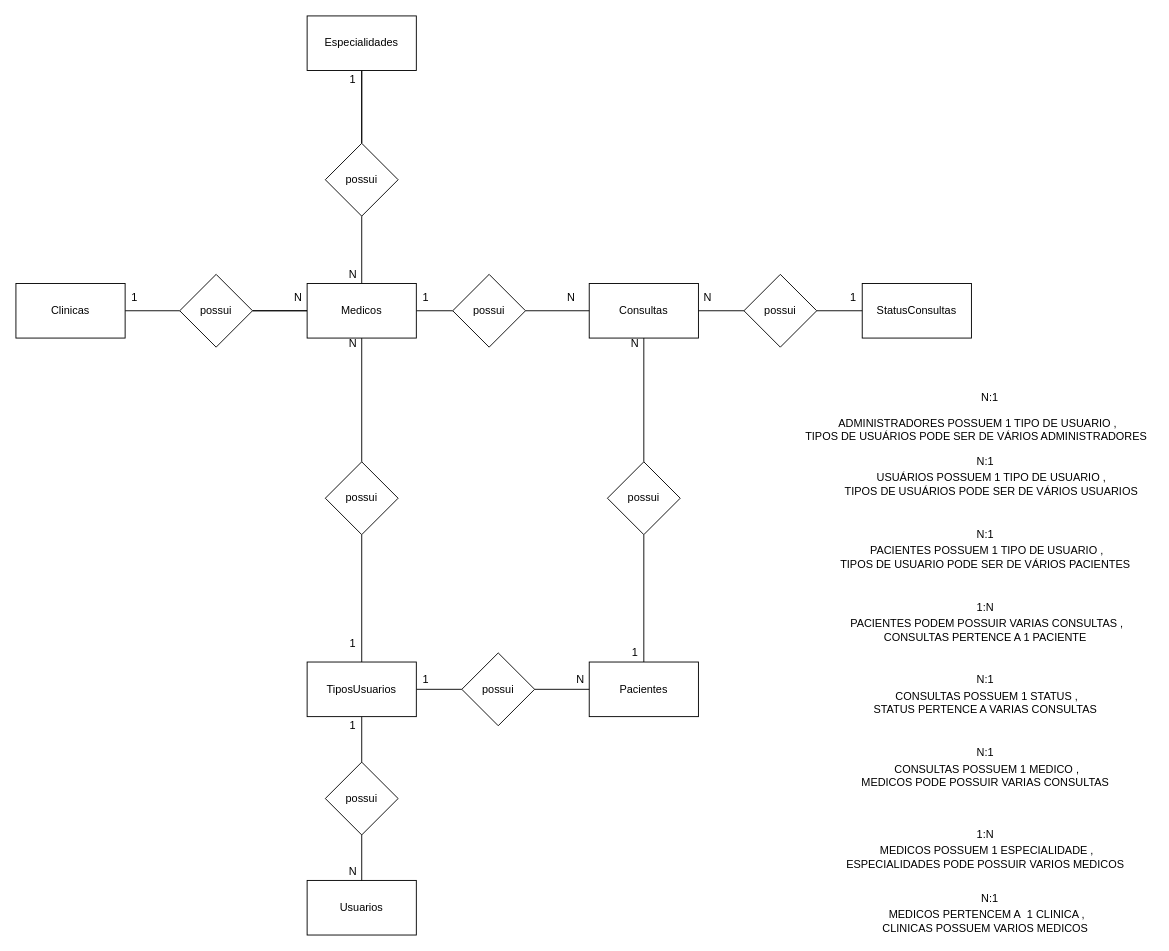
Earlier version of the draw.io diagram page "Conceitual" (1 of 2) of SP_Medical_Group/SP_Medical_Group_Modelos.drawio (Carlos-Augusto-Roque/Sprint1_bd). Source tidied: cells renumbered, new cells numbered last; positions are measured from the earlier drawing's top-left corner, leaving out a move shared by most shapes. Both pictures are drawn from the tidied source at 91%, with x=0, y=0 at pixel (15, 15).
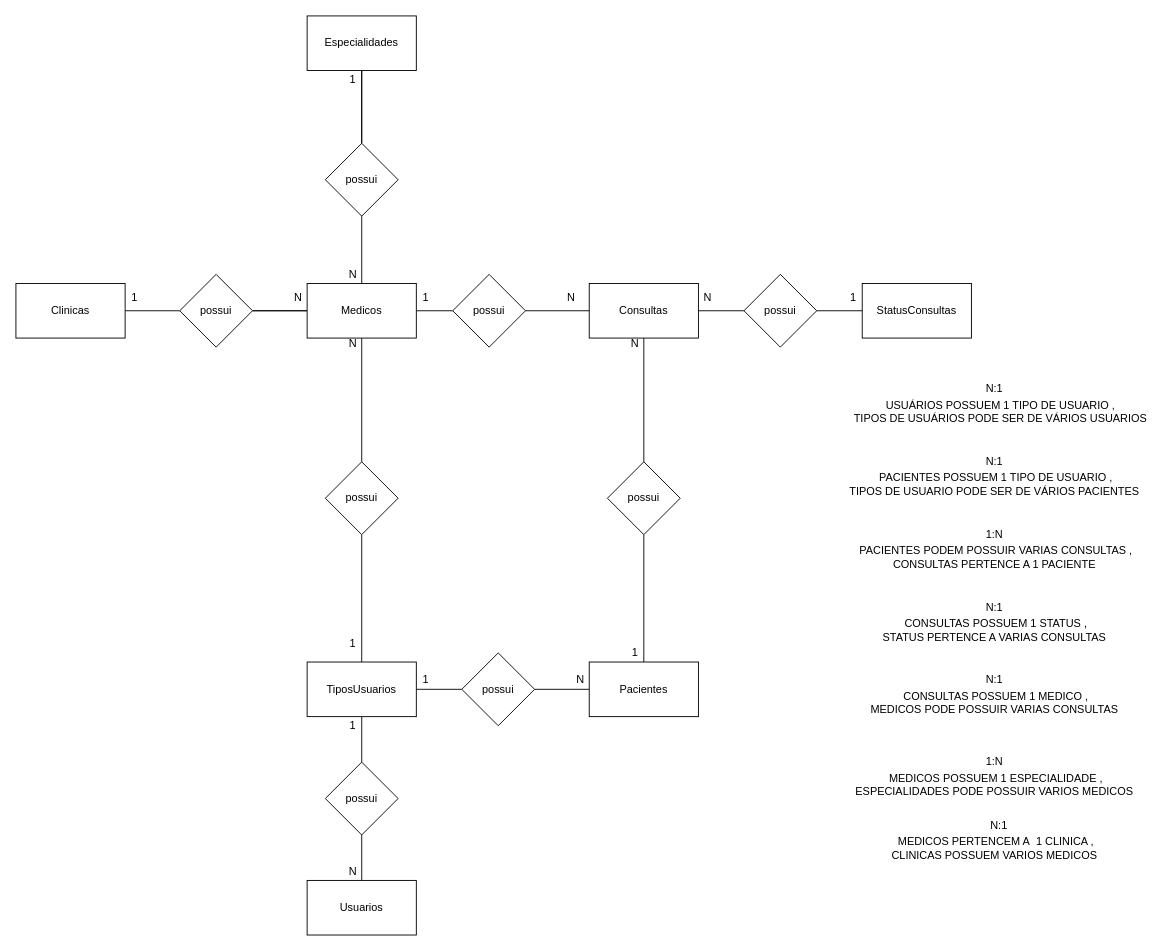
After the change.

The edit, as a diff of the source:
```diff
@@
-    <mxCell id="35" value="&amp;nbsp;ADMINISTRADORES POSSUEM 1 TIPO DE USUARIO ,&lt;br&gt;TIPOS DE USUÁRIOS PODE SER DE VÁRIOS ADMINISTRADORES" style="text;html=1;align=center;verticalAlign=middle;" parent="1" vertex="1">
-      <mxGeometry x="860" y="440" width="390" height="30" as="geometry" />
-    </mxCell>
-    <mxCell id="36" value="N:1" style="text;html=1;align=center;verticalAlign=middle;" parent="1" vertex="1">
-      <mxGeometry x="1055" y="410" width="30" height="20" as="geometry" />
-    </mxCell>
     <mxCell id="37" value="&amp;nbsp;USUÁRIOS POSSUEM 1 TIPO DE USUARIO ,&lt;br&gt;&amp;nbsp;TIPOS DE USUÁRIOS PODE SER DE VÁRIOS USUARIOS" style="text;html=1;align=center;verticalAlign=middle;" parent="1" vertex="1">
-      <mxGeometry x="900" y="500" width="340" height="30" as="geometry" />
+      <mxGeometry x="910" y="420" width="340" height="30" as="geometry" />
     </mxCell>
     <mxCell id="38" value="N:1" style="text;html=1;align=center;verticalAlign=middle;" parent="1" vertex="1">
-      <mxGeometry x="1050" y="480" width="30" height="20" as="geometry" />
+      <mxGeometry x="1060" y="400" width="30" height="20" as="geometry" />
     </mxCell>
     <mxCell id="39" value="&amp;nbsp;PACIENTES POSSUEM 1 TIPO DE USUARIO ,&lt;br&gt;TIPOS DE USUARIO PODE SER DE VÁRIOS PACIENTES" style="text;html=1;align=center;verticalAlign=middle;" parent="1" vertex="1">
-      <mxGeometry x="900" y="580" width="330" height="30" as="geometry" />
+      <mxGeometry x="910" y="500" width="330" height="30" as="geometry" />
     </mxCell>
@@
     <mxCell id="42" value="N:1" style="text;html=1;align=center;verticalAlign=middle;" parent="1" vertex="1">
-      <mxGeometry x="1050" y="560" width="30" height="20" as="geometry" />
+      <mxGeometry x="1060" y="480" width="30" height="20" as="geometry" />
     </mxCell>
     <mxCell id="43" value="1:N" style="text;html=1;align=center;verticalAlign=middle;" parent="1" vertex="1">
-      <mxGeometry x="1050" y="640" width="30" height="20" as="geometry" />
+      <mxGeometry x="1060" y="560" width="30" height="20" as="geometry" />
     </mxCell>
     <mxCell id="44" value="&amp;nbsp;PACIENTES PODEM POSSUIR VARIAS CONSULTAS ,&lt;br&gt;CONSULTAS PERTENCE A 1 PACIENTE" style="text;html=1;align=center;verticalAlign=middle;" parent="1" vertex="1">
-      <mxGeometry x="905" y="660" width="320" height="30" as="geometry" />
+      <mxGeometry x="915" y="580" width="320" height="30" as="geometry" />
     </mxCell>
     <mxCell id="45" value="&amp;nbsp;CONSULTAS POSSUEM 1 STATUS ,&lt;br&gt;STATUS PERTENCE A VARIAS CONSULTAS" style="text;html=1;align=center;verticalAlign=middle;" parent="1" vertex="1">
-      <mxGeometry x="935" y="740" width="260" height="30" as="geometry" />
+      <mxGeometry x="945" y="660" width="260" height="30" as="geometry" />
     </mxCell>
     <mxCell id="46" value="N:1" style="text;html=1;align=center;verticalAlign=middle;" parent="1" vertex="1">
-      <mxGeometry x="1050" y="720" width="30" height="20" as="geometry" />
+      <mxGeometry x="1060" y="640" width="30" height="20" as="geometry" />
     </mxCell>
     <mxCell id="47" value="&amp;nbsp;CONSULTAS POSSUEM 1 MEDICO ,&lt;br&gt;MEDICOS PODE POSSUIR VARIAS CONSULTAS" style="text;html=1;align=center;verticalAlign=middle;" parent="1" vertex="1">
-      <mxGeometry x="920" y="820" width="290" height="30" as="geometry" />
+      <mxGeometry x="930" y="740" width="290" height="30" as="geometry" />
     </mxCell>
     <mxCell id="48" value="N:1" style="text;html=1;align=center;verticalAlign=middle;" parent="1" vertex="1">
-      <mxGeometry x="1050" y="800" width="30" height="20" as="geometry" />
+      <mxGeometry x="1060" y="720" width="30" height="20" as="geometry" />
     </mxCell>
     <mxCell id="49" value="&amp;nbsp;MEDICOS POSSUEM 1 ESPECIALIDADE ,&lt;br&gt;ESPECIALIDADES PODE POSSUIR VARIOS MEDICOS" style="text;html=1;align=center;verticalAlign=middle;" parent="1" vertex="1">
-      <mxGeometry x="905" y="910" width="320" height="30" as="geometry" />
+      <mxGeometry x="915" y="830" width="320" height="30" as="geometry" />
     </mxCell>
     <mxCell id="50" value="1:N" style="text;html=1;align=center;verticalAlign=middle;" parent="1" vertex="1">
-      <mxGeometry x="1050" y="890" width="30" height="20" as="geometry" />
+      <mxGeometry x="1060" y="810" width="30" height="20" as="geometry" />
     </mxCell>
     <mxCell id="51" value="&amp;nbsp;MEDICOS PERTENCEM A&amp;nbsp; 1 CLINICA ,&lt;br&gt;CLINICAS POSSUEM VARIOS MEDICOS" style="text;html=1;align=center;verticalAlign=middle;" parent="1" vertex="1">
-      <mxGeometry x="945" y="980" width="240" height="30" as="geometry" />
+      <mxGeometry x="955" y="900" width="240" height="30" as="geometry" />
     </mxCell>
@@
     <mxCell id="67" value="N:1" style="text;html=1;align=center;verticalAlign=middle;" parent="1" vertex="1">
-      <mxGeometry x="1055" y="960" width="30" height="20" as="geometry" />
+      <mxGeometry x="1065" y="880" width="30" height="20" as="geometry" />
     </mxCell>
```
